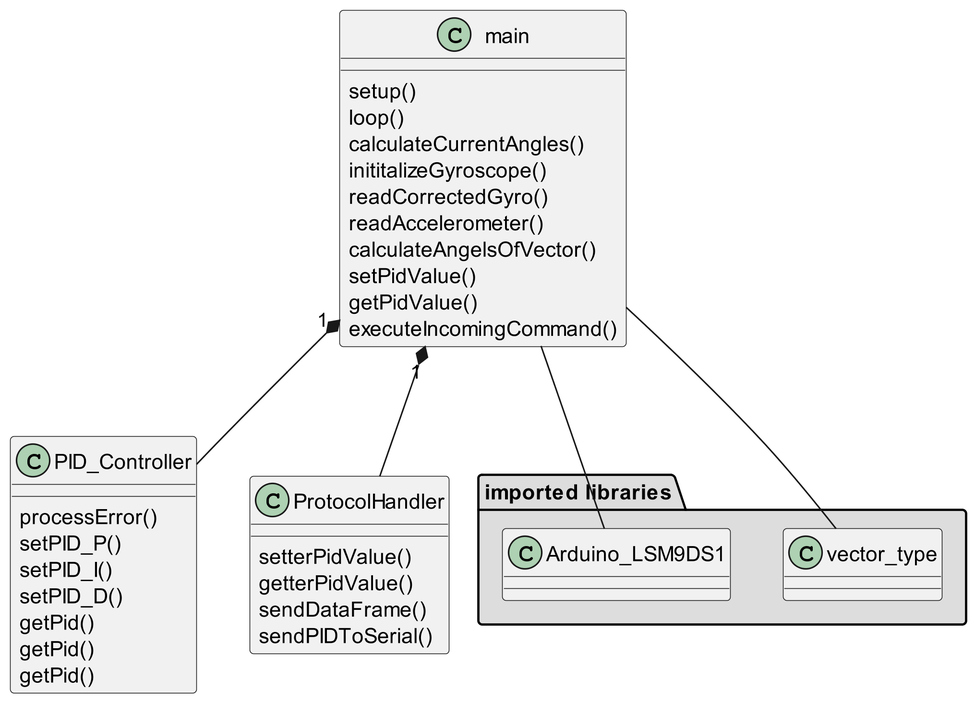
This is docs/content/diagrams/out/class/classdiagram.png from sirtheta/Drohnensteuerung, a PlantUML export, as it was before one commit.
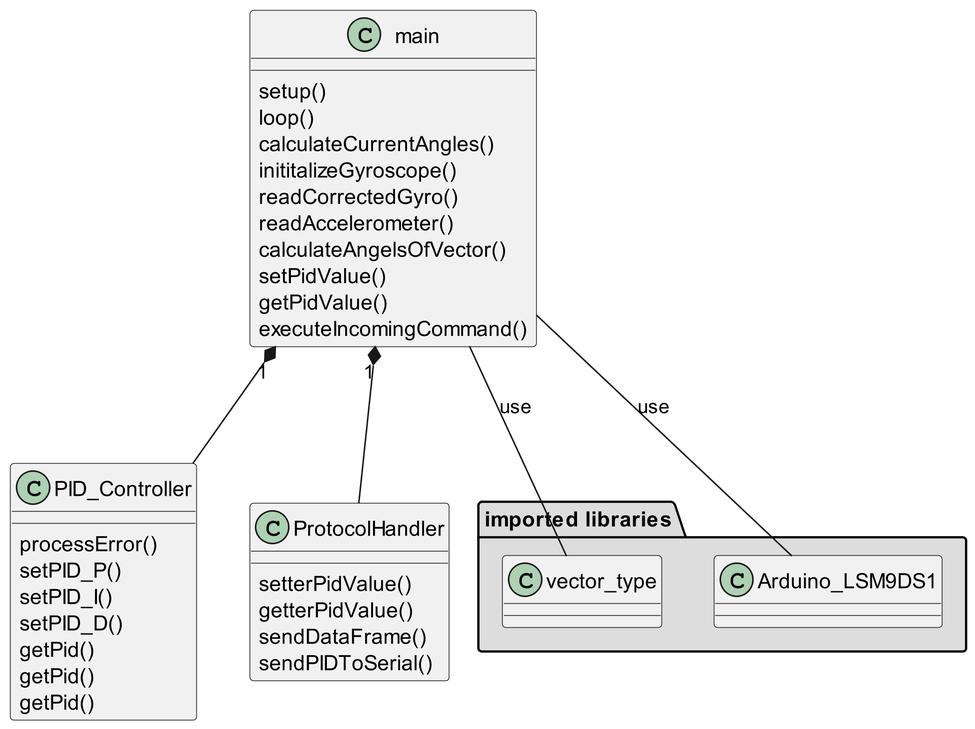
The same file after the commit.

What changed in the source:
```diff
@@ -5,8 +5,8 @@
 
 package "imported libraries" #DDDDDD
 {
-main -- vector_type
-main -- Arduino_LSM9DS1
+main -- vector_type: use
+main -- Arduino_LSM9DS1: use
 }
 
 class main
```
